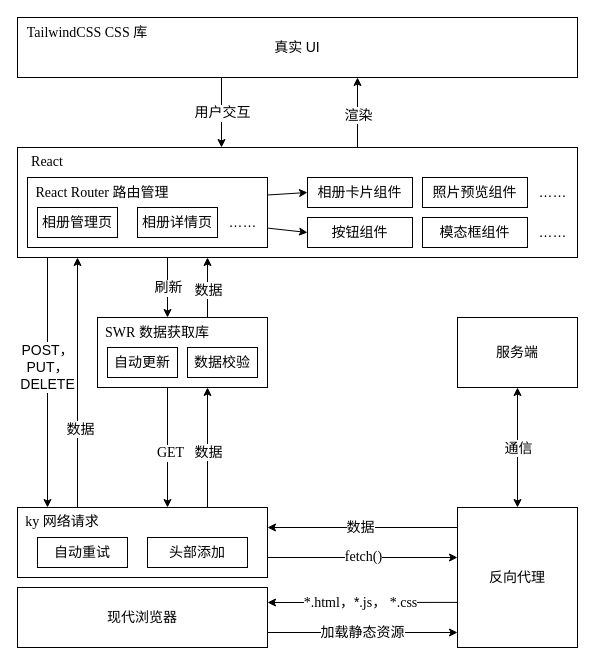
This is public/front-end-arch.drawio from 3fuyang/3fuyang.github.io, a draw.io file, before an edit. Source tidied: cells renumbered, new cells numbered last; positions are measured from the earlier drawing's top-left corner, leaving out a move shared by most shapes. Both pictures are drawn from the tidied source at 100%, with x=0, y=0 at pixel (17, 17).
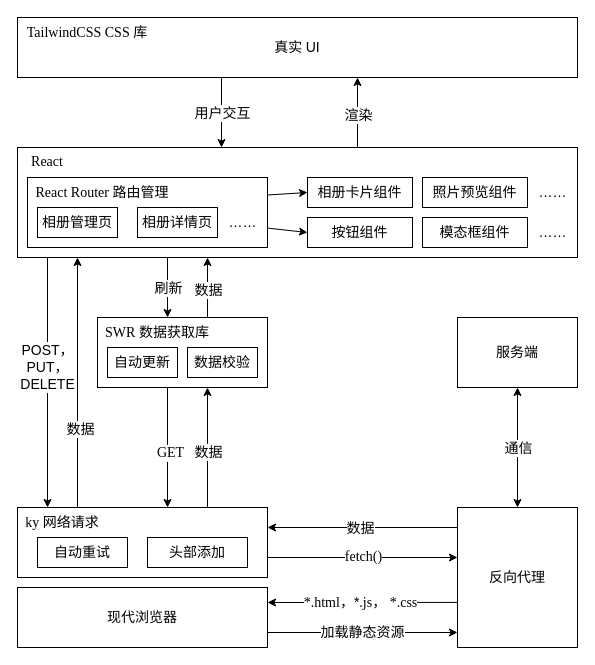
Above is the later version.

Unchanged cells that the change refers to:
```xml
<mxCell id="10" style="endArrow=classic;html=1;rounded=0;" parent="1" edge="1">
  <mxGeometry relative="1" as="geometry">
    <mxPoint x="440" y="510" as="sourcePoint" />
    <mxPoint x="250" y="510" as="targetPoint" />
  </mxGeometry>
</mxCell>
<mxCell id="35" style="edgeStyle=none;orthogonalLoop=1;jettySize=auto;html=1;rounded=0;" parent="1" edge="1">
  <mxGeometry relative="1" as="geometry">
    <mxPoint x="150" y="240" as="sourcePoint" />
    <mxPoint x="150" y="300" as="targetPoint" />
  </mxGeometry>
</mxCell>
<mxCell id="48" style="edgeStyle=none;orthogonalLoop=1;jettySize=auto;html=1;rounded=0;" parent="1" edge="1">
  <mxGeometry relative="1" as="geometry">
    <mxPoint x="204" y="60" as="sourcePoint" />
    <mxPoint x="204" y="130" as="targetPoint" />
  </mxGeometry>
</mxCell>
```

Diff of the diagram source:
```diff
@@
-    <mxCell id="11" value="&lt;font face=&quot;Times New Roman&quot;&gt;&lt;span style=&quot;font-size: 14px;&quot;&gt;数据&lt;/span&gt;&lt;/font&gt;" style="edgeLabel;html=1;align=center;verticalAlign=middle;" parent="10" vertex="1">
+    <mxCell id="11" value="&lt;span style=&quot;font-size: 14px;&quot;&gt;&lt;font face=&quot;宋体&quot;&gt;数据&lt;/font&gt;&lt;/span&gt;" style="edgeLabel;html=1;align=center;verticalAlign=middle;" parent="10" vertex="1">
       <mxGeometry x="0.2" relative="1" as="geometry">
         <mxPoint x="16" as="offset" />
       </mxGeometry>
     </mxCell>
@@
-    <mxCell id="13" value="&lt;font face=&quot;Times New Roman&quot; style=&quot;font-size: 14px;&quot;&gt;ky 网络请求&lt;/font&gt;" style="text;html=1;strokeColor=none;fillColor=none;align=center;verticalAlign=middle;whiteSpace=wrap;rounded=0;" parent="1" vertex="1">
+    <mxCell id="13" value="&lt;font face=&quot;Times New Roman&quot; style=&quot;font-size: 14px;&quot;&gt;ky &lt;/font&gt;&lt;font face=&quot;宋体&quot; style=&quot;font-size: 14px;&quot;&gt;网络请求&lt;/font&gt;" style="text;html=1;strokeColor=none;fillColor=none;align=center;verticalAlign=middle;whiteSpace=wrap;rounded=0;" parent="1" vertex="1">
       <mxGeometry y="490" width="90" height="30" as="geometry" />
     </mxCell>
@@
-    <mxCell id="36" value="&lt;font face=&quot;Times New Roman&quot;&gt;&lt;span style=&quot;font-size: 14px;&quot;&gt;刷新&lt;/span&gt;&lt;/font&gt;" style="edgeLabel;html=1;align=center;verticalAlign=middle;" parent="35" vertex="1">
+    <mxCell id="36" value="&lt;span style=&quot;font-size: 14px;&quot;&gt;&lt;font face=&quot;宋体&quot;&gt;刷新&lt;/font&gt;&lt;/span&gt;" style="edgeLabel;html=1;align=center;verticalAlign=middle;" parent="35" vertex="1">
       <mxGeometry x="0.09" y="2" relative="1" as="geometry">
         <mxPoint x="-2" y="-3" as="offset" />
       </mxGeometry>
     </mxCell>
@@
-    <mxCell id="49" value="&lt;font face=&quot;Times New Roman&quot;&gt;&lt;span style=&quot;font-size: 14px;&quot;&gt;用户交互&lt;/span&gt;&lt;/font&gt;" style="edgeLabel;html=1;align=center;verticalAlign=middle;" parent="48" vertex="1">
+    <mxCell id="49" value="&lt;span style=&quot;font-size: 14px;&quot;&gt;&lt;font face=&quot;宋体&quot;&gt;用户交互&lt;/font&gt;&lt;/span&gt;" style="edgeLabel;html=1;align=center;verticalAlign=middle;" parent="48" vertex="1">
       <mxGeometry x="0.09" y="2" relative="1" as="geometry">
         <mxPoint x="-2" y="-3" as="offset" />
       </mxGeometry>
     </mxCell>
```
